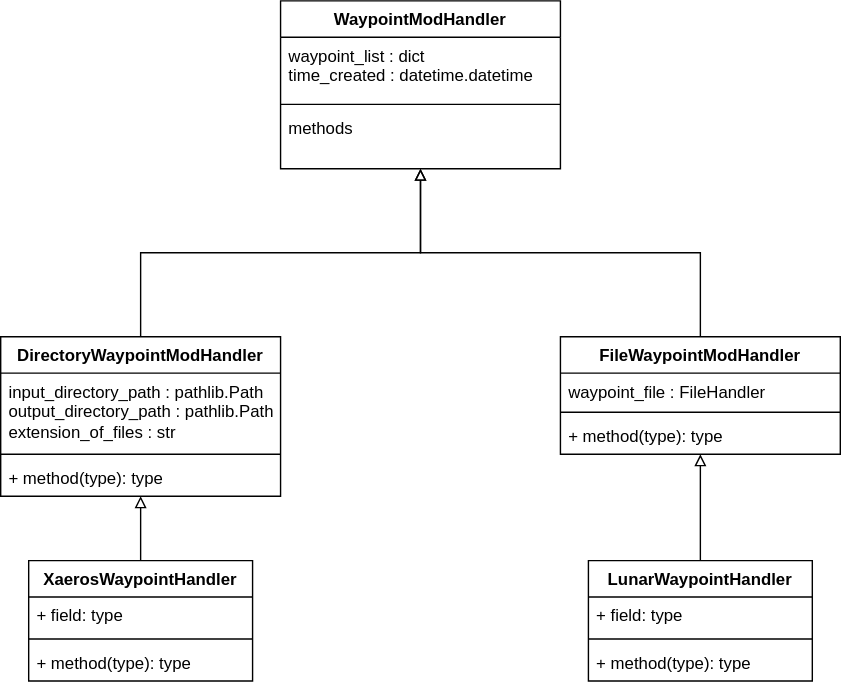
danilo-montes-code/Minecraft-Waypoint-Converter keeps this draw.io diagram as docs/Minecraft-Waypoint-Converter - Class Diagram.svg. Above is the earlier version. Source tidied: cells renumbered, new cells last; positions are measured from the earlier drawing's top-left corner, leaving out a move shared by most shapes.
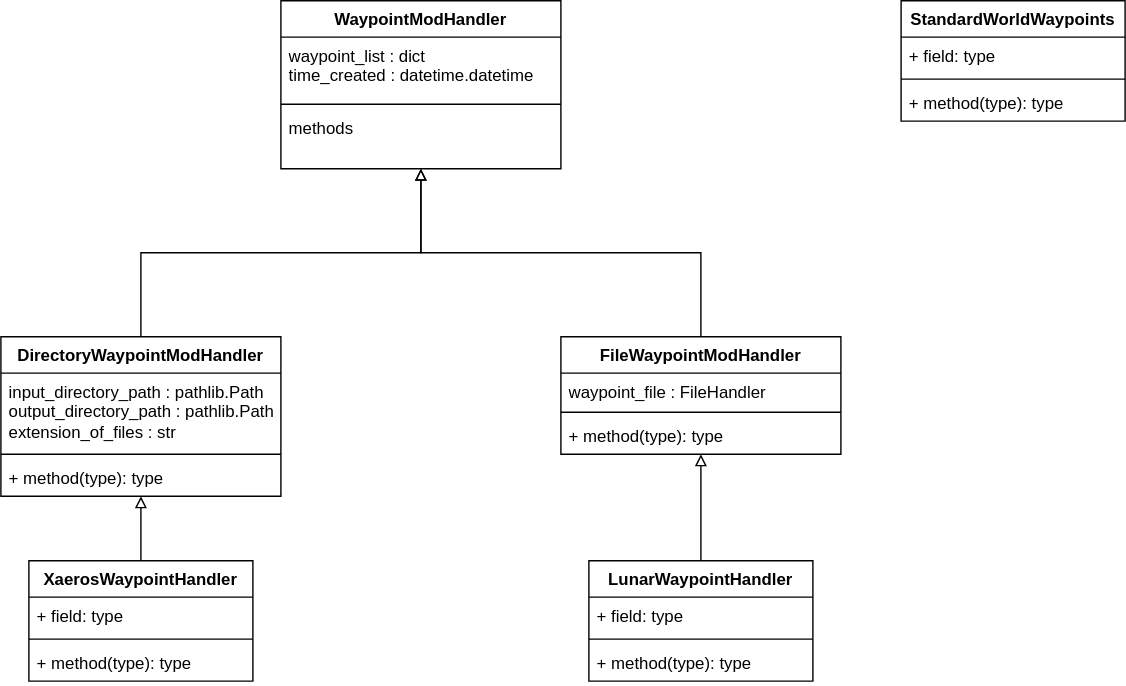
The same diagram one commit later.

Change to the diagram source:
```diff
@@ -74,5 +74,17 @@
     <mxCell id="25" value="+ method(type): type" style="text;strokeColor=none;fillColor=none;align=left;verticalAlign=top;spacingLeft=4;spacingRight=4;overflow=hidden;whiteSpace=wrap;html=1;" parent="22" vertex="1">
       <mxGeometry y="60" width="160" height="26" as="geometry" />
     </mxCell>
+    <mxCell id="26" value="StandardWorldWaypoints" style="swimlane;fontStyle=1;align=center;verticalAlign=top;horizontal=1;startSize=26;whiteSpace=wrap;html=1;" parent="1" vertex="1">
+      <mxGeometry x="643" width="160" height="86" as="geometry" />
+    </mxCell>
+    <mxCell id="27" value="+ field: type" style="text;strokeColor=none;fillColor=none;align=left;verticalAlign=top;spacingLeft=4;spacingRight=4;overflow=hidden;whiteSpace=wrap;html=1;" parent="26" vertex="1">
+      <mxGeometry y="26" width="160" height="26" as="geometry" />
+    </mxCell>
+    <mxCell id="28" style="line;strokeWidth=1;fillColor=none;align=left;verticalAlign=middle;spacingTop=-1;spacingLeft=3;spacingRight=3;labelPosition=right;strokeColor=inherit;" parent="26" vertex="1">
+      <mxGeometry y="52" width="160" height="8" as="geometry" />
+    </mxCell>
+    <mxCell id="29" value="+ method(type): type" style="text;strokeColor=none;fillColor=none;align=left;verticalAlign=top;spacingLeft=4;spacingRight=4;overflow=hidden;whiteSpace=wrap;html=1;" parent="26" vertex="1">
+      <mxGeometry y="60" width="160" height="26" as="geometry" />
+    </mxCell>
   </root>
 </mxGraphModel>
```
